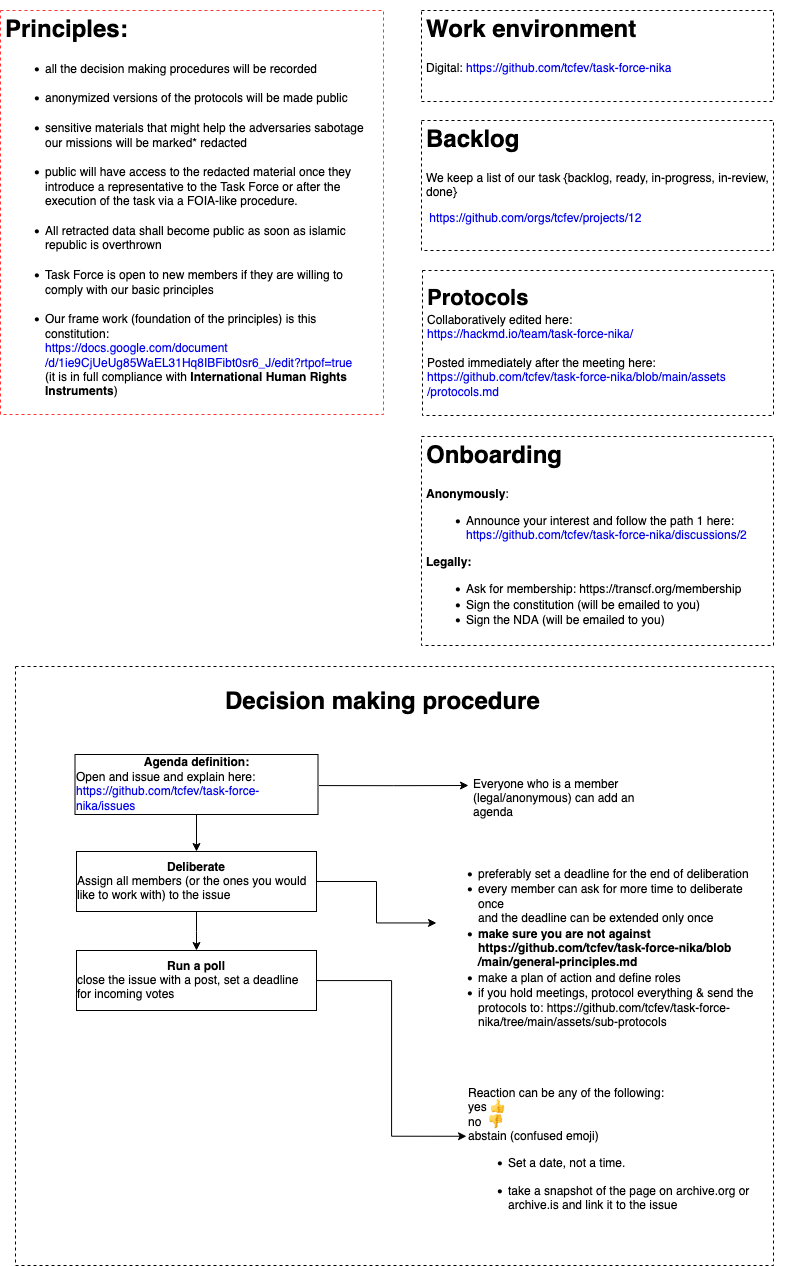
tcfev/task-force-nika keeps this draw.io diagram as assets/transparency-protocol.drawio.png. Above is the earlier version. Source tidied: cells renumbered, new cells last; positions are measured from the earlier drawing's top-left corner, leaving out a move shared by most shapes.
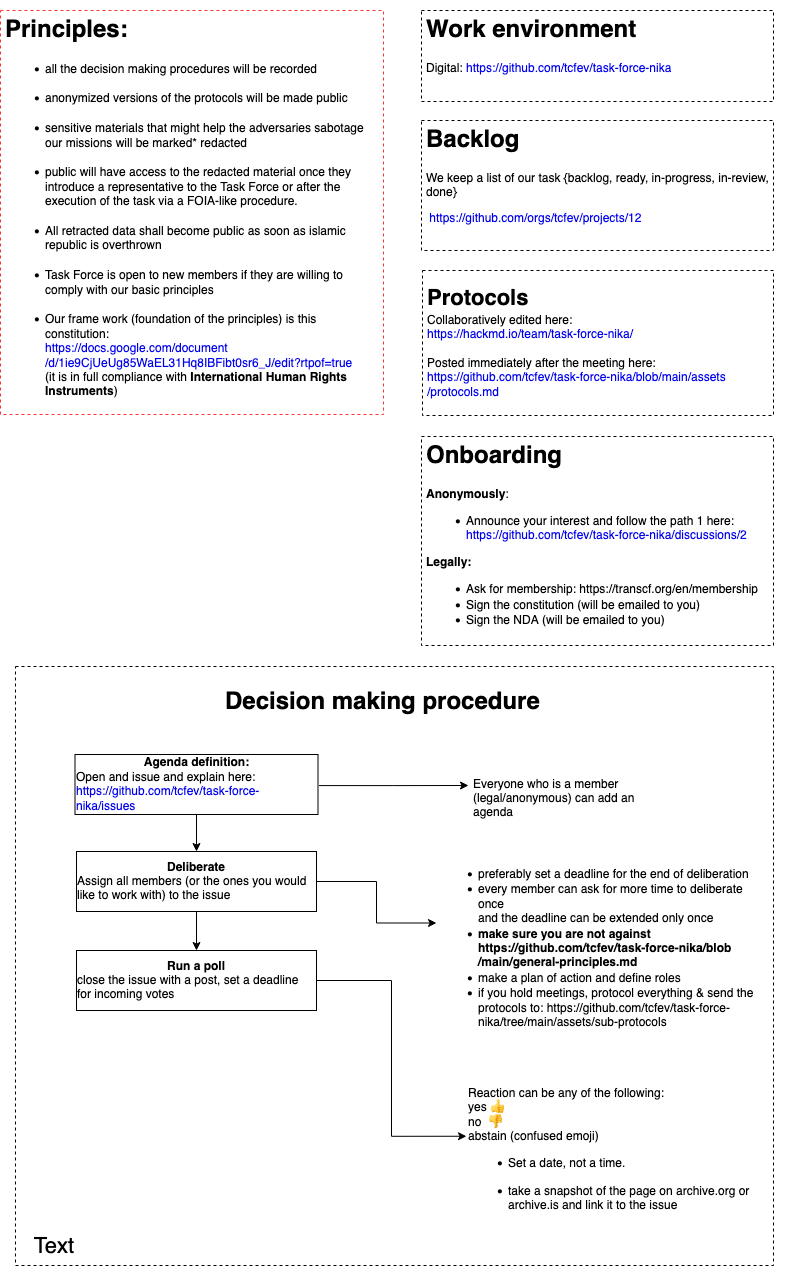
After the commit.

Commit message:
transparency-protocol.drawio.png updted membershio link

What changed in the source:
```diff
@@ -11,7 +11,7 @@
     <mxCell id="4" value="&lt;h1&gt;Backlog&lt;/h1&gt;&lt;div&gt;We keep a list of our task {backlog, ready, in-progress, in-review, done}&lt;br&gt;&lt;/div&gt;&lt;p&gt;&amp;nbsp;&lt;a href=&quot;https://github.com/tcfev/task-force-nika&quot;&gt;https://github.com/orgs/tcfev/projects/12&lt;/a&gt;&lt;/p&gt;&lt;p&gt;&lt;br&gt;&lt;/p&gt;" style="text;html=1;strokeColor=default;fillColor=none;spacing=5;spacingTop=-20;whiteSpace=wrap;overflow=hidden;rounded=0;dashed=1;" parent="1" vertex="1">
       <mxGeometry x="421" y="110" width="352" height="130" as="geometry" />
     </mxCell>
-    <mxCell id="5" value="&lt;h1&gt;Onboarding&lt;/h1&gt;&lt;b&gt;Anonymously&lt;/b&gt;:&lt;br&gt;&lt;ul&gt;&lt;li&gt;Announce your interest and follow the path 1 here: &lt;a href=&quot;https://github.com/tcfev/task-force-nika/discussions/2&quot;&gt;https://github.com/tcfev/task-force-nika/discussions/2&lt;/a&gt;&lt;/li&gt;&lt;/ul&gt;&lt;b&gt;Legally:&lt;/b&gt;&lt;br&gt;&lt;ul&gt;&lt;li&gt;Ask for membership: &lt;a href=&quot;https://transcf.org/membership&quot;&gt;&lt;/a&gt;&lt;a&gt;https://transcf.org/membership&lt;/a&gt;&lt;br&gt;&lt;/li&gt;&lt;li&gt;Sign the constitution (will be emailed to you)&lt;/li&gt;&lt;li&gt;Sign the NDA (will be emailed to you)&lt;br&gt;&lt;/li&gt;&lt;/ul&gt;" style="text;html=1;strokeColor=default;fillColor=none;spacing=5;spacingTop=-20;whiteSpace=wrap;overflow=hidden;rounded=0;dashed=1;" parent="1" vertex="1">
+    <mxCell id="5" value="&lt;h1&gt;Onboarding&lt;/h1&gt;&lt;b&gt;Anonymously&lt;/b&gt;:&lt;br&gt;&lt;ul&gt;&lt;li&gt;Announce your interest and follow the path 1 here: &lt;a href=&quot;https://github.com/tcfev/task-force-nika/discussions/2&quot;&gt;https://github.com/tcfev/task-force-nika/discussions/2&lt;/a&gt;&lt;/li&gt;&lt;/ul&gt;&lt;b&gt;Legally:&lt;/b&gt;&lt;br&gt;&lt;ul&gt;&lt;li&gt;Ask for membership: &lt;a href=&quot;https://transcf.org/membership&quot;&gt;&lt;/a&gt;&lt;a&gt;https://transcf.org/en/membership&lt;/a&gt;&lt;br&gt;&lt;/li&gt;&lt;li&gt;Sign the constitution (will be emailed to you)&lt;/li&gt;&lt;li&gt;Sign the NDA (will be emailed to you)&lt;br&gt;&lt;/li&gt;&lt;/ul&gt;" style="text;html=1;strokeColor=default;fillColor=none;spacing=5;spacingTop=-20;whiteSpace=wrap;overflow=hidden;rounded=0;dashed=1;" parent="1" vertex="1">
       <mxGeometry x="421" y="426" width="352" height="209" as="geometry" />
     </mxCell>
     <mxCell id="6" value="&lt;div&gt;&lt;font size=&quot;1&quot;&gt;&lt;b style=&quot;font-size: 22px;&quot;&gt;&lt;br&gt;&lt;/b&gt;&lt;/font&gt;&lt;/div&gt;&lt;div&gt;&lt;font size=&quot;1&quot;&gt;&lt;b style=&quot;font-size: 22px;&quot;&gt;Protocols&lt;/b&gt;&lt;/font&gt; &lt;/div&gt;&lt;div&gt;Collaboratively edited here: &lt;br&gt;&lt;/div&gt;&lt;div&gt;&lt;a href=&quot;https://hackmd.io/team/task-force-nika/&quot;&gt;https://hackmd.io/team/task-force-nika/&amp;nbsp; &lt;br&gt;&lt;/a&gt;&lt;/div&gt;&lt;div&gt;&lt;br&gt;&lt;/div&gt;&lt;div&gt;Posted immediately after the meeting here:&lt;/div&gt;&lt;div&gt;&lt;a href=&quot;https://github.com/tcfev/task-force-nika/blob/main/assets/protocols.md&quot;&gt;https://github.com/tcfev/task-force-nika/blob/main/assets/protocols.md&lt;/a&gt;&lt;br&gt;&lt;/div&gt;" style="text;html=1;strokeColor=default;fillColor=none;spacing=5;spacingTop=-20;whiteSpace=wrap;overflow=hidden;rounded=0;dashed=1;" parent="1" vertex="1">
@@ -61,5 +61,8 @@
     <mxCell id="20" style="edgeStyle=orthogonalEdgeStyle;rounded=0;jettySize=auto;html=1;entryX=0;entryY=0.25;entryDx=0;entryDy=0;" parent="7" edge="1" source="15" target="19">
       <mxGeometry relative="1" as="geometry" />
     </mxCell>
+    <mxCell id="21" value="Text" style="text;html=1;strokeColor=none;fillColor=none;align=center;verticalAlign=middle;whiteSpace=wrap;rounded=0;dashed=1;fontSize=22;" parent="7" vertex="1">
+      <mxGeometry x="16" y="566" width="60" height="30" as="geometry" />
+    </mxCell>
   </root>
 </mxGraphModel>
```
